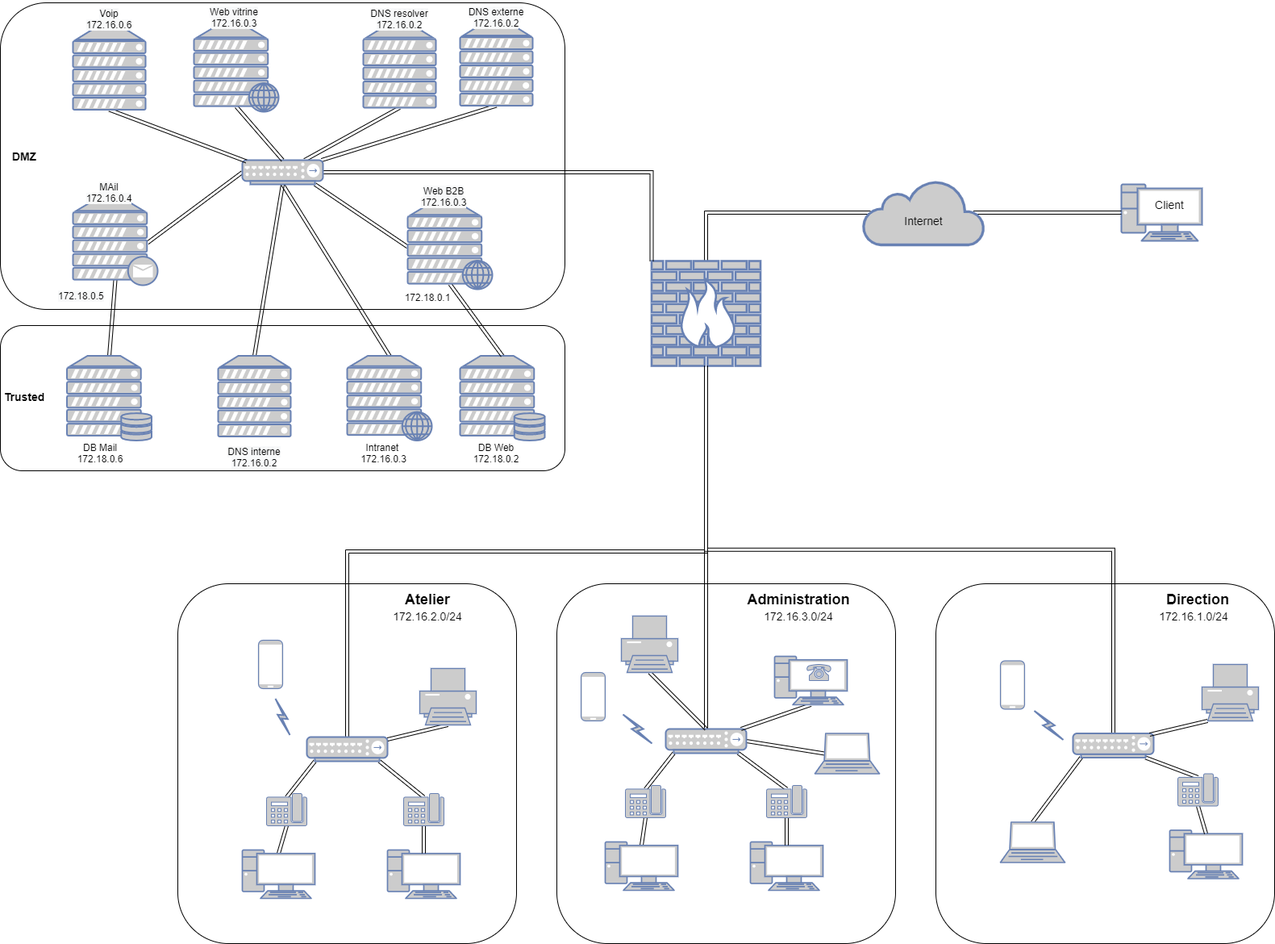
This is Images/schemaLogique.png from CrenierAmaury/Projet-Admin-II, a draw.io export, as it was before one commit. Source tidied: cells renumbered, new cells last; positions are measured from the earlier drawing's top-left corner, leaving out a move shared by most shapes.
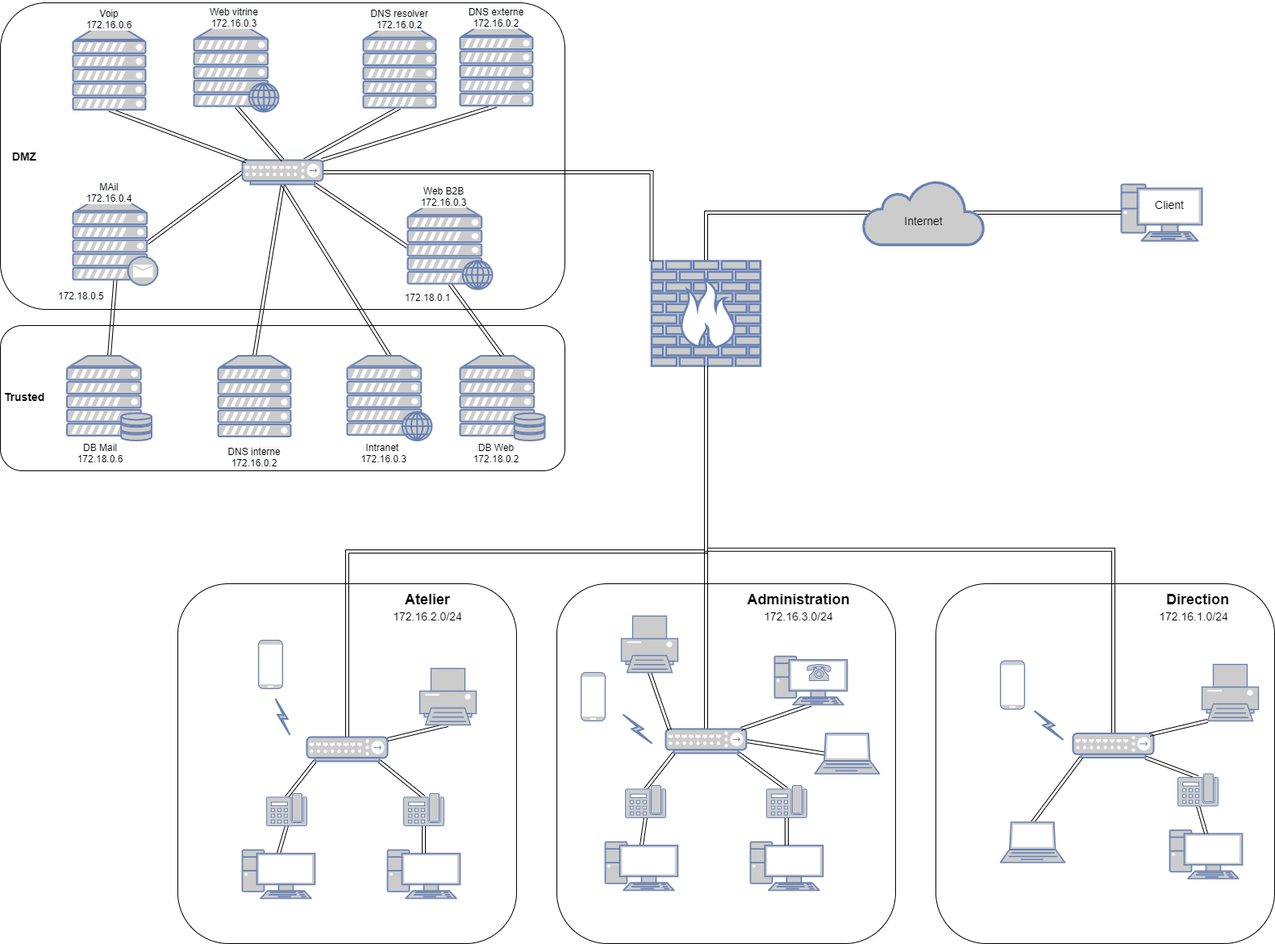
The same file after the commit.

Commit message:
correction shémas logique et physique

What changed in the source:
```diff
@@ -71,7 +71,7 @@
     <mxCell id="24" style="fontColor=#0066CC;verticalAlign=top;verticalLabelPosition=bottom;labelPosition=center;align=center;html=1;outlineConnect=0;fillColor=#CCCCCC;strokeColor=#6881B3;gradientColor=none;gradientDirection=north;strokeWidth=2;shape=mxgraph.networks.printer;" parent="1" vertex="1">
       <mxGeometry x="1490" y="822" width="70" height="70" as="geometry" />
     </mxCell>
-    <mxCell id="25" style="edgeStyle=none;shape=link;rounded=0;jettySize=auto;html=1;exitX=0.5;exitY=1;exitDx=0;exitDy=0;exitPerimeter=0;entryX=0.5;entryY=0;entryDx=0;entryDy=0;entryPerimeter=0;" parent="1" edge="1" source="26" target="16">
+    <mxCell id="25" style="edgeStyle=none;shape=link;rounded=0;jettySize=auto;html=1;exitX=0.5;exitY=1;exitDx=0;exitDy=0;exitPerimeter=0;entryX=0.05;entryY=0.05;entryDx=0;entryDy=0;entryPerimeter=0;" parent="1" edge="1" source="26" target="16">
       <mxGeometry relative="1" as="geometry" />
     </mxCell>
     <mxCell id="26" style="fontColor=#0066CC;verticalAlign=top;verticalLabelPosition=bottom;labelPosition=center;align=center;html=1;outlineConnect=0;fillColor=#CCCCCC;strokeColor=#6881B3;gradientColor=none;gradientDirection=north;strokeWidth=2;shape=mxgraph.networks.printer;" parent="1" vertex="1">
```
